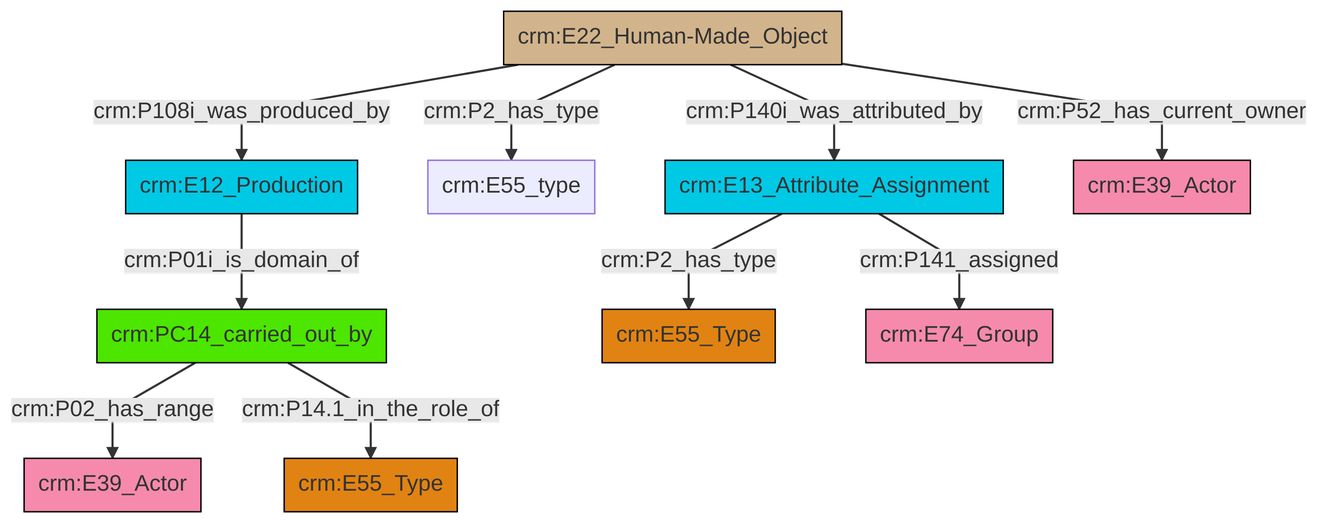
Earlier version of the Mermaid export et/builtWorkCSV/ttl/mmd/png/Built_Work_actor_relations.png (swiss-art-research-net/docs.swissartresearch). Its source is kept beside it as et/builtWorkCSV/ttl/mmd/Built_Work_actor_relations.ttl.mmd.
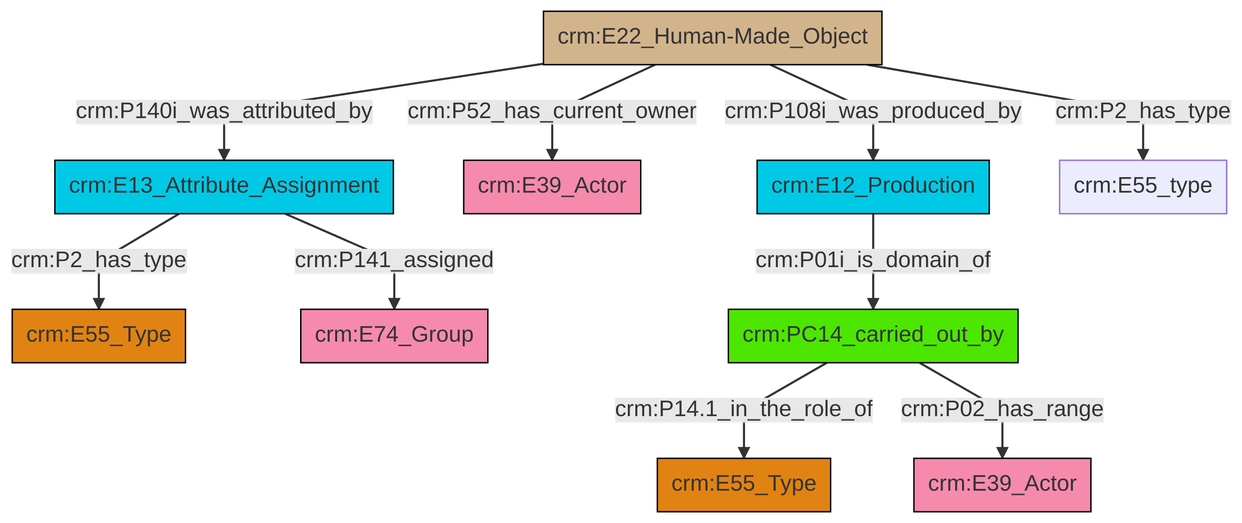
Above is the later version.

Diff of the diagram source:
```diff
@@ -13,12 +13,12 @@
 classDef PC_Classes fill:#4ce600, stroke:#000000;
 classDef Multi fill:#cccccc,stroke:#000000;
 
-0["crm:E22_Human-Made_Object"]:::Physical_Thing -->|crm:P108i_was_produced_by| 1["crm:E12_Production"]:::Temporal_Entity
-0["crm:E22_Human-Made_Object"]:::Physical_Thing -->|crm:P2_has_type| 6["crm:E55_type"]:::Default
-1["crm:E12_Production"]:::Temporal_Entity -->|crm:P01i_is_domain_of| 7["crm:PC14_carried_out_by"]:::PC_Classes
-8["crm:E13_Attribute_Assignment"]:::Temporal_Entity -->|crm:P2_has_type| 9["crm:E55_Type"]:::Type
-7["crm:PC14_carried_out_by"]:::PC_Classes -->|crm:P02_has_range| 13["crm:E39_Actor"]:::Actor
-8["crm:E13_Attribute_Assignment"]:::Temporal_Entity -->|crm:P141_assigned| 2["crm:E74_Group"]:::Actor
-0["crm:E22_Human-Made_Object"]:::Physical_Thing -->|crm:P140i_was_attributed_by| 8["crm:E13_Attribute_Assignment"]:::Temporal_Entity
-0["crm:E22_Human-Made_Object"]:::Physical_Thing -->|crm:P52_has_current_owner| 15["crm:E39_Actor"]:::Actor
-7["crm:PC14_carried_out_by"]:::PC_Classes -->|crm:P14.1_in_the_role_of| 19["crm:E55_Type"]:::Type
+0["crm:E13_Attribute_Assignment"]:::Temporal_Entity -->|crm:P2_has_type| 1["crm:E55_Type"]:::Type
+5["crm:PC14_carried_out_by"]:::PC_Classes -->|crm:P14.1_in_the_role_of| 6["crm:E55_Type"]:::Type
+9["crm:E22_Human-Made_Object"]:::Physical_Thing -->|crm:P140i_was_attributed_by| 0["crm:E13_Attribute_Assignment"]:::Temporal_Entity
+5["crm:PC14_carried_out_by"]:::PC_Classes -->|crm:P02_has_range| 11["crm:E39_Actor"]:::Actor
+13["crm:E12_Production"]:::Temporal_Entity -->|crm:P01i_is_domain_of| 5["crm:PC14_carried_out_by"]:::PC_Classes
+0["crm:E13_Attribute_Assignment"]:::Temporal_Entity -->|crm:P141_assigned| 7["crm:E74_Group"]:::Actor
+9["crm:E22_Human-Made_Object"]:::Physical_Thing -->|crm:P52_has_current_owner| 3["crm:E39_Actor"]:::Actor
+9["crm:E22_Human-Made_Object"]:::Physical_Thing -->|crm:P108i_was_produced_by| 13["crm:E12_Production"]:::Temporal_Entity
+9["crm:E22_Human-Made_Object"]:::Physical_Thing -->|crm:P2_has_type| 14["crm:E55_type"]:::Default
```
